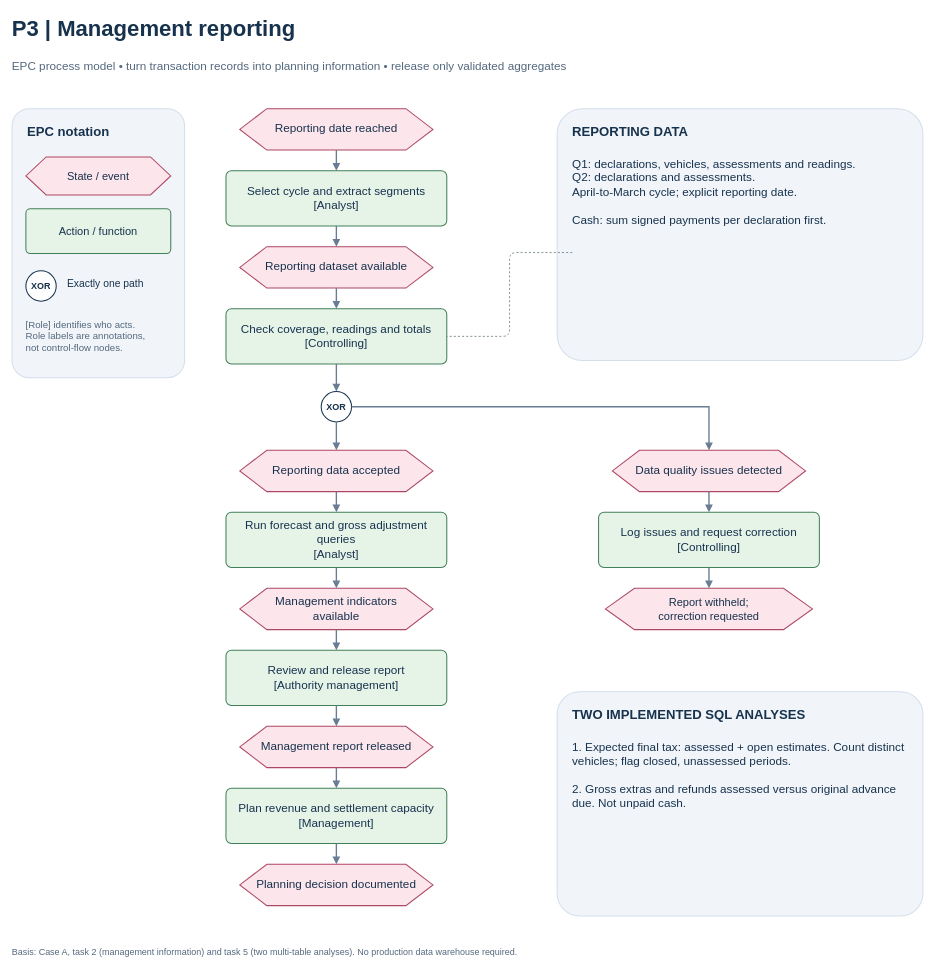
Mclement197/ikt-hsg-2026 keeps this draw.io diagram as page "03 - Management reporting" (5 of 5) of eved_scope_and_processes.drawio. Above is the earlier version. Source tidied: cells renumbered, new cells numbered last; positions are measured from the earlier drawing's top-left corner, leaving out a move shared by most shapes. Both pictures are drawn from the tidied source at 69%, with x=0, y=0 at pixel (12, 12).
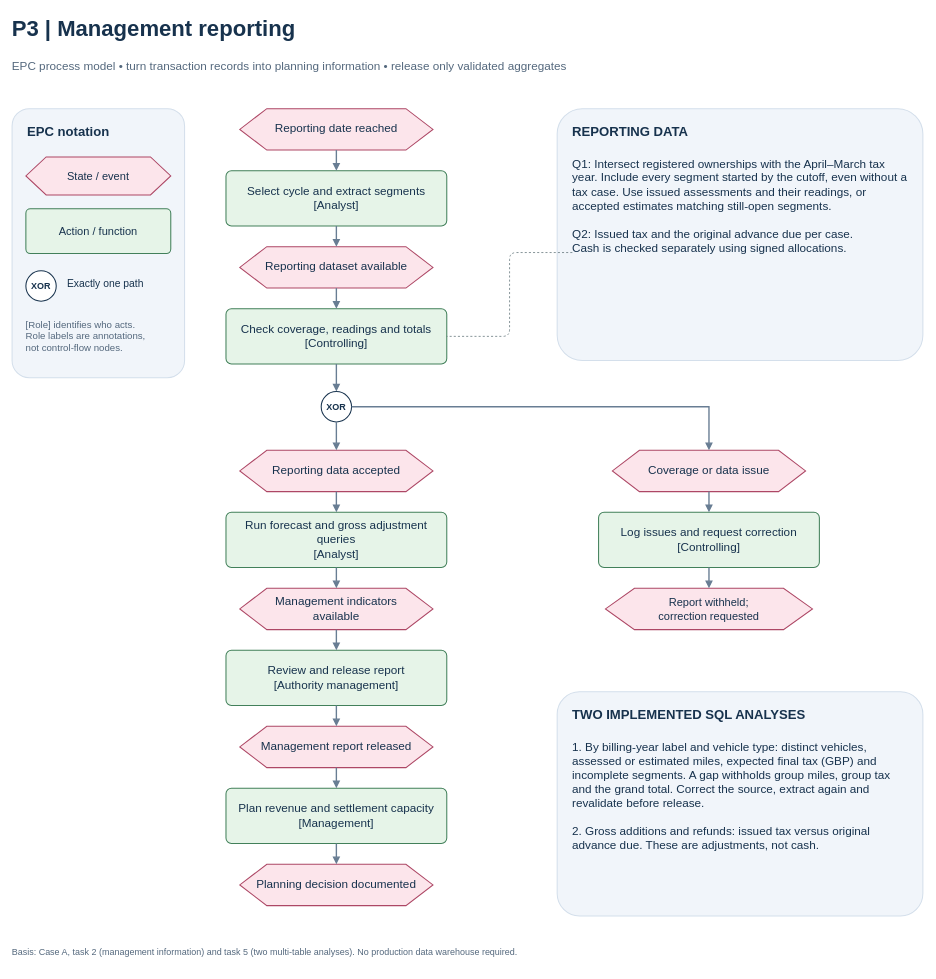
Above is the later version.

Diff of the diagram source:
```diff
@@
-    <mxCell id="14" value="Q1: declarations, vehicles, assessments and readings.&#10;Q2: declarations and assessments.&#10;April-to-March cycle; explicit reporting date.&#10;&#10;Cash: sum signed payments per declaration first." style="whiteSpace=wrap;html=0;fontFamily=Arial;fontSize=17;fontColor=#17324D;fillColor=none;strokeColor=none;strokeWidth=1.5;align=left;verticalAlign=middle;spacing=12;text;spacing=0;" parent="1" vertex="1">
+    <mxCell id="14" value="Q1: Intersect registered ownerships with the April–March tax year. Include every segment started by the cutoff, even without a tax case. Use issued assessments and their readings, or accepted estimates matching still-open segments.&#10;&#10;Q2: Issued tax and the original advance due per case.&#10;Cash is checked separately using signed allocations." style="whiteSpace=wrap;html=0;fontFamily=Arial;fontSize=17;fontColor=#17324D;fillColor=none;strokeColor=none;strokeWidth=1.5;align=left;verticalAlign=middle;spacing=12;text;spacing=0;" parent="1" vertex="1">
       <mxGeometry x="812" y="206" width="486" height="285" as="geometry" />
     </mxCell>
@@
-    <mxCell id="27" value="Data quality issues detected" style="whiteSpace=wrap;html=0;fontFamily=Arial;fontSize=17;fontColor=#17324D;fillColor=#FCE5EB;strokeColor=#AD4765;strokeWidth=1.5;align=center;verticalAlign=middle;spacing=12;shape=hexagon;perimeter=hexagonPerimeter;size=0.14;" parent="1" vertex="1">
+    <mxCell id="27" value="Coverage or data issue" style="whiteSpace=wrap;html=0;fontFamily=Arial;fontSize=17;fontColor=#17324D;fillColor=#FCE5EB;strokeColor=#AD4765;strokeWidth=1.5;align=center;verticalAlign=middle;spacing=12;shape=hexagon;perimeter=hexagonPerimeter;size=0.14;" parent="1" vertex="1">
       <mxGeometry x="870" y="635" width="280" height="60" as="geometry" />
     </mxCell>
@@
-    <mxCell id="32" value="1. Expected final tax: assessed + open estimates. Count distinct vehicles; flag closed, unassessed periods.&#10;&#10;2. Gross extras and refunds assessed versus original advance due. Not unpaid cash." style="whiteSpace=wrap;html=0;fontFamily=Arial;fontSize=17;fontColor=#17324D;fillColor=none;strokeColor=none;strokeWidth=1.5;align=left;verticalAlign=middle;spacing=12;text;spacing=0;" parent="1" vertex="1">
+    <mxCell id="32" value="1. By billing-year label and vehicle type: distinct vehicles, assessed or estimated miles, expected final tax (GBP) and incomplete segments. A gap withholds group miles, group tax and the grand total. Correct the source, extract again and revalidate before release.&#10;&#10;2. Gross additions and refunds: issued tax versus original advance due. These are adjustments, not cash." style="whiteSpace=wrap;html=0;fontFamily=Arial;fontSize=17;fontColor=#17324D;fillColor=none;strokeColor=none;strokeWidth=1.5;align=left;verticalAlign=middle;spacing=12;text;spacing=0;" parent="1" vertex="1">
       <mxGeometry x="812" y="1051" width="486" height="245" as="geometry" />
     </mxCell>
```
